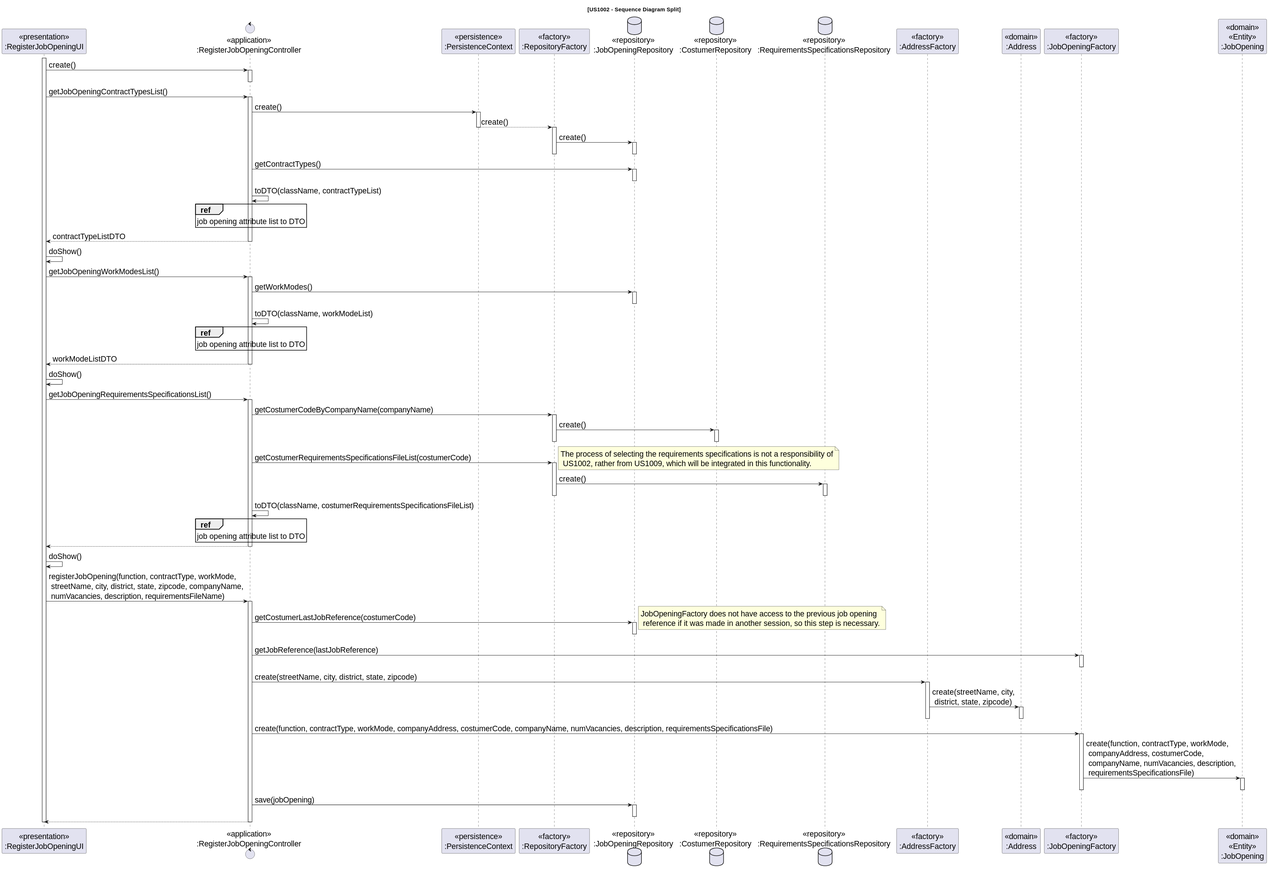
Above: docs/sb_us_1002/US1002_SD/US1002_SD.svg in rita-barbosa/LAPR4-2324 (PlantUML), before the change. Its diagram source:
```plantuml
@startuml
skinparamlocked defaultFontSize 20

title [US1002 - Sequence Diagram Split]

participant "<<presentation>>\n:RegisterJobOpeningUI" as UI
control "<<application>>\n:RegisterJobOpeningController" as CTRL
participant "<<persistence>>\n:PersistenceContext" as Persistence
participant "<<factory>>\n:RepositoryFactory" as RepositoryFactory
database "<<repository>>\n:JobOpeningRepository" as JobOpeningRepository
database "<<repository>>\n:CostumerRepository" as CostumerRepository
database "<<repository>>\n:RequirementsSpecificationsRepository" as RequirementsSpecificationsRepository
participant "<<factory>>\n:AddressFactory" as AddressFactory
participant "<<domain>>\n:Address" as Address
participant "<<factory>>\n:JobOpeningFactory" as JobOpeningFactory
participant "<<domain>>\n<<Entity>>\n:JobOpening" as JobOpening


activate UI

UI -> CTRL : create()

activate CTRL
deactivate CTRL

UI -> CTRL : getJobOpeningContractTypesList()

activate CTRL

    CTRL -> Persistence : create()

    activate Persistence

    Persistence --> RepositoryFactory : create()
    deactivate Persistence

    activate RepositoryFactory

        RepositoryFactory -> JobOpeningRepository : create()
        activate JobOpeningRepository
        deactivate JobOpeningRepository

    deactivate RepositoryFactory

    CTRL -> JobOpeningRepository : getContractTypes()
    activate JobOpeningRepository
    deactivate JobOpeningRepository

    CTRL -> CTRL : toDTO(className, contractTypeList)

    ref over CTRL
        job opening attribute list to DTO
    end ref

    CTRL --> UI : contractTypeListDTO

deactivate CTRL

UI -> UI : doShow()

UI -> CTRL : getJobOpeningWorkModesList()

activate CTRL

    CTRL -> JobOpeningRepository : getWorkModes()
    activate JobOpeningRepository
    deactivate JobOpeningRepository

    CTRL -> CTRL : toDTO(className, workModeList)
    ref over CTRL
        job opening attribute list to DTO
    end ref

    CTRL --> UI : workModeListDTO

deactivate CTRL

UI -> UI : doShow()


UI -> CTRL : getJobOpeningRequirementsSpecificationsList()

activate CTRL

    CTRL -> RepositoryFactory : getCostumerCodeByCompanyName(companyName)
    activate RepositoryFactory

        RepositoryFactory -> CostumerRepository : create()
        activate CostumerRepository
        deactivate CostumerRepository

    deactivate RepositoryFactory

    CTRL -> RepositoryFactory : getCostumerRequirementsSpecificationsFileList(costumerCode)
    note right: The process of selecting the requirements specifications is not a responsibility of\n US1002, rather from US1009, which will be integrated in this functionality.

    activate RepositoryFactory

    RepositoryFactory -> RequirementsSpecificationsRepository : create()
    activate RequirementsSpecificationsRepository
    deactivate RequirementsSpecificationsRepository

    deactivate RepositoryFactory

    CTRL -> CTRL : toDTO(className, costumerRequirementsSpecificationsFileList)
    ref over CTRL
        job opening attribute list to DTO
    end ref


    CTRL --> UI

deactivate CTRL

UI -> UI : doShow()

UI -> CTRL : registerJobOpening(function, contractType, workMode,\n streetName, city, district, state, zipcode, companyName,\n numVacancies, description, requirementsFileName)

activate CTRL

    CTRL -> JobOpeningRepository : getCostumerLastJobReference(costumerCode)
    note right: JobOpeningFactory does not have access to the previous job opening\n reference if it was made in another session, so this step is necessary.
    activate JobOpeningRepository
    deactivate JobOpeningRepository

    CTRL -> JobOpeningFactory : getJobReference(lastJobReference)
    activate JobOpeningFactory
    deactivate JobOpeningFactory

    CTRL -> AddressFactory : create(streetName, city, district, state, zipcode)

    activate AddressFactory

    AddressFactory -> Address : create(streetName, city,\n district, state, zipcode)
    activate Address
    deactivate Address

    deactivate AddressFactory

    CTRL -> JobOpeningFactory : create(function, contractType, workMode, companyAddress, costumerCode, companyName, numVacancies, description, requirementsSpecificationsFile)

    activate JobOpeningFactory

    JobOpeningFactory -> JobOpening : create(function, contractType, workMode,\n companyAddress, costumerCode,\n companyName, numVacancies, description,\n requirementsSpecificationsFile)
    activate JobOpening
    deactivate JobOpening

    deactivate JobOpeningFactory

    CTRL -> JobOpeningRepository : save(jobOpening)
    activate JobOpeningRepository
    deactivate JobOpeningRepository

    CTRL --> UI

deactivate CTRL

deactivate UI
@enduml
```
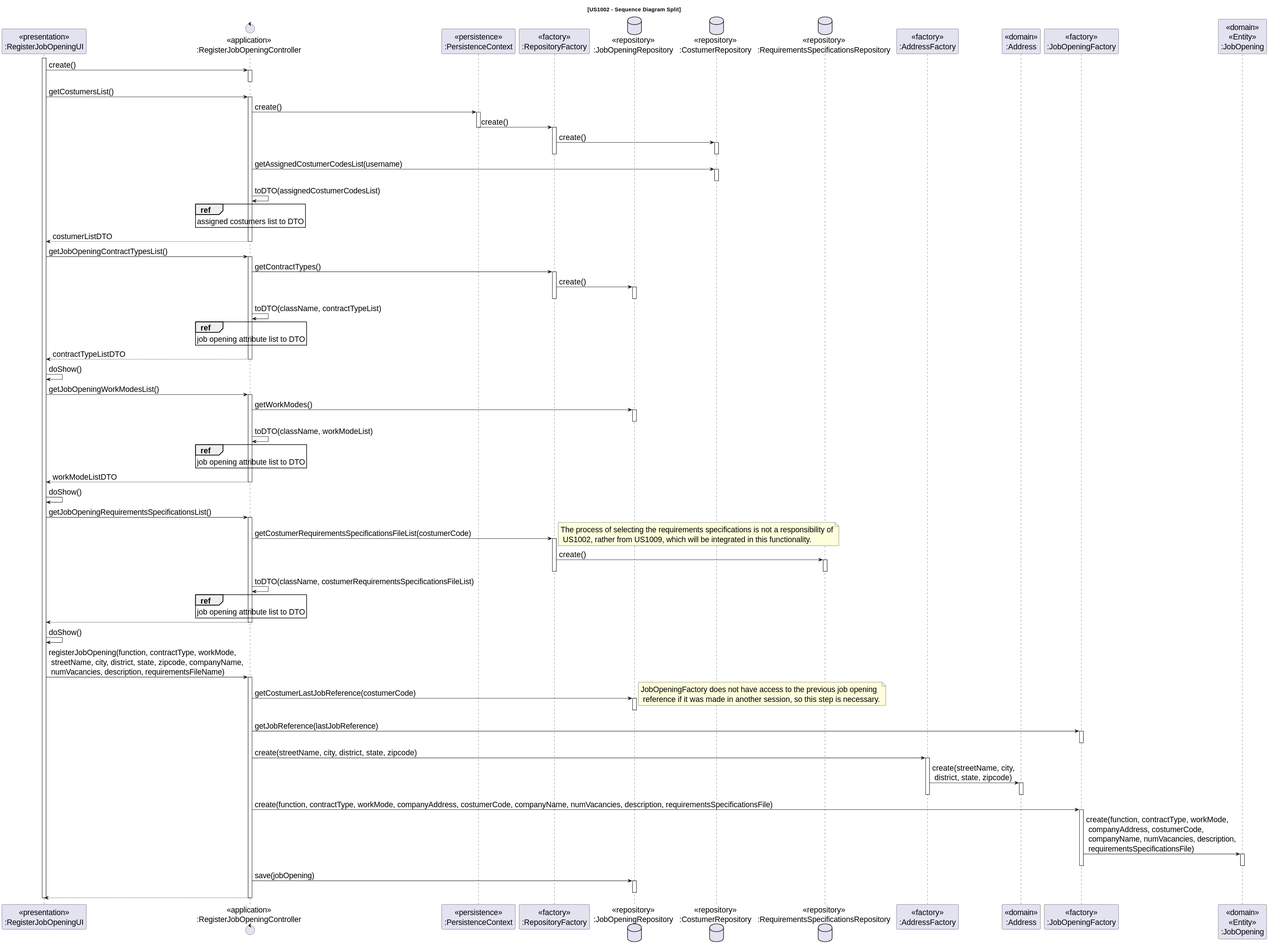
The same diagram one commit later.

The edit, as a diff of the source:
```diff
@@ -23,28 +23,52 @@
 activate CTRL
 deactivate CTRL
 
+UI -> CTRL : getCostumersList()
+activate CTRL
+
+CTRL -> Persistence : create()
+
+    activate Persistence
+
+    Persistence -> RepositoryFactory : create()
+    deactivate Persistence
+
+    activate RepositoryFactory
+
+        RepositoryFactory -> CostumerRepository : create()
+        activate CostumerRepository
+        deactivate CostumerRepository
+
+    deactivate RepositoryFactory
+
+    CTRL -> CostumerRepository : getAssignedCostumerCodesList(username)
+    activate CostumerRepository
+    deactivate CostumerRepository
+
+    CTRL -> CTRL : toDTO(assignedCostumerCodesList)
+    ref over CTRL
+        assigned costumers list to DTO
+    end ref
+
+    CTRL --> UI : costumerListDTO
+
+deactivate CTRL
+
 UI -> CTRL : getJobOpeningContractTypesList()
 
 activate CTRL
 
-    CTRL -> Persistence : create()
 
-    activate Persistence
-
-    Persistence --> RepositoryFactory : create()
-    deactivate Persistence
-
-    activate RepositoryFactory
+   CTRL -> RepositoryFactory : getContractTypes()
+  activate RepositoryFactory
 
         RepositoryFactory -> JobOpeningRepository : create()
         activate JobOpeningRepository
         deactivate JobOpeningRepository
 
-    deactivate RepositoryFactory
+  deactivate RepositoryFactory
 
-    CTRL -> JobOpeningRepository : getContractTypes()
-    activate JobOpeningRepository
-    deactivate JobOpeningRepository
+
 
     CTRL -> CTRL : toDTO(className, contractTypeList)
 
@@ -81,15 +105,6 @@
 UI -> CTRL : getJobOpeningRequirementsSpecificationsList()
 
 activate CTRL
-
-    CTRL -> RepositoryFactory : getCostumerCodeByCompanyName(companyName)
-    activate RepositoryFactory
-
-        RepositoryFactory -> CostumerRepository : create()
-        activate CostumerRepository
-        deactivate CostumerRepository
-
-    deactivate RepositoryFactory
 
     CTRL -> RepositoryFactory : getCostumerRequirementsSpecificationsFileList(costumerCode)
     note right: The process of selecting the requirements specifications is not a responsibility of\n US1002, rather from US1009, which will be integrated in this functionality.
```
